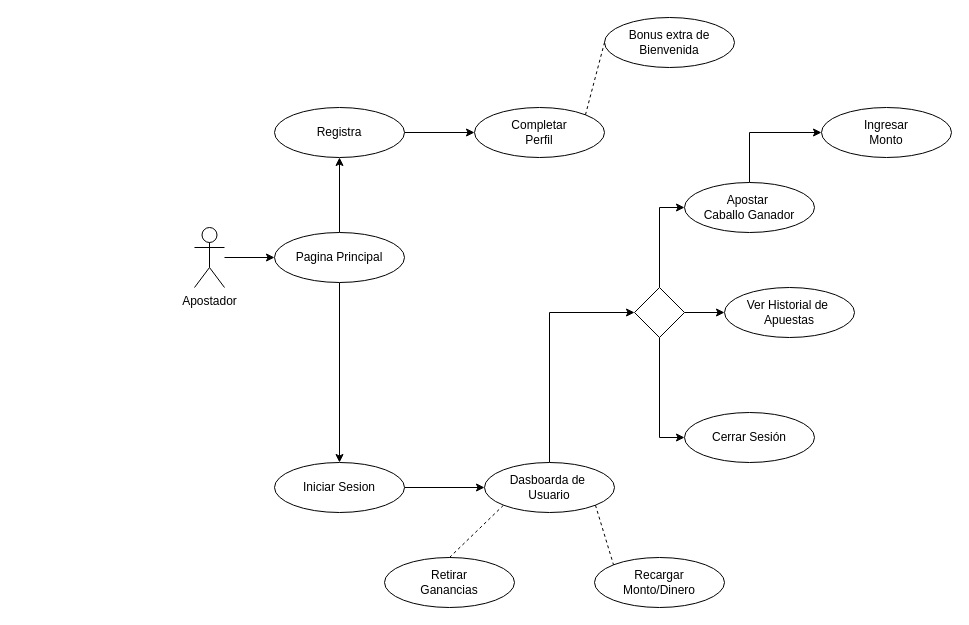
Earlier version of the draw.io diagram ASIGNATURAS/ENTORNOS_DESARROLLO/DIAGRAMA_COMPORTAMIENTO/Digrama_comportamiento_V1.drawio (yosoytony64/NCA-Desafio-CSI1-Equipo2). Source tidied: cells renumbered, new cells numbered last; positions are measured from the earlier drawing's top-left corner, leaving out a move shared by most shapes. Both pictures are drawn from the tidied source at 100%, with x=0, y=0 at pixel (194, 17).
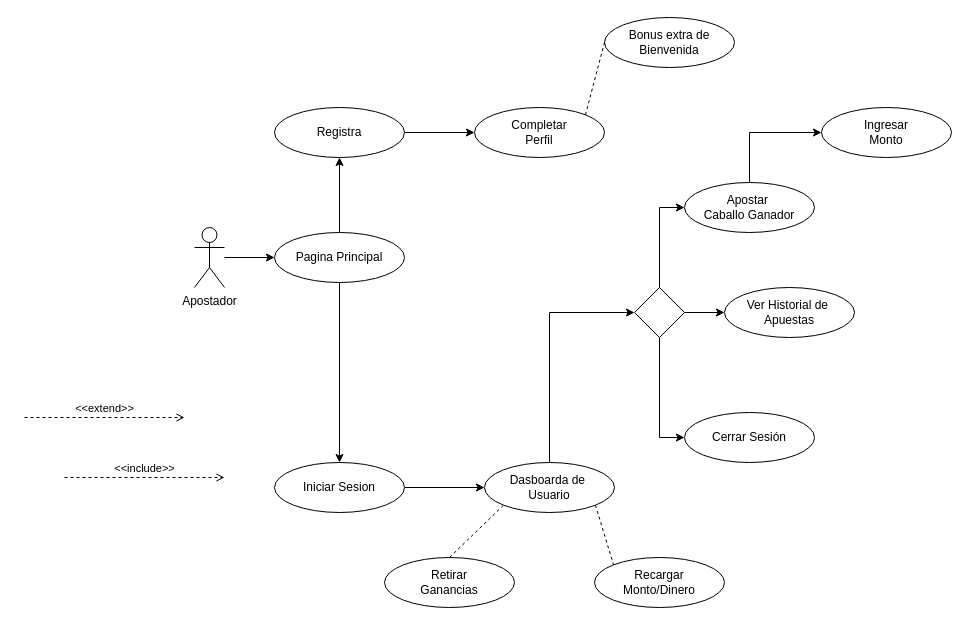
The same diagram, later.

What changed in the source:
```diff
@@
+    <mxCell id="29" value="&amp;lt;&amp;lt;include&amp;gt;&amp;gt;" style="html=1;verticalAlign=bottom;labelBackgroundColor=none;endArrow=open;endFill=0;dashed=1;rounded=0;" parent="1" edge="1">
+      <mxGeometry relative="1" as="geometry">
+        <mxPoint x="-130" y="460" as="sourcePoint" />
+        <mxPoint x="30" y="460" as="targetPoint" />
+      </mxGeometry>
+    </mxCell>
+    <mxCell id="30" value="&amp;lt;&amp;lt;extend&amp;gt;&amp;gt;" style="html=1;verticalAlign=bottom;labelBackgroundColor=none;endArrow=open;endFill=0;dashed=1;rounded=0;" parent="1" edge="1">
+      <mxGeometry relative="1" as="geometry">
+        <mxPoint x="-170" y="400" as="sourcePoint" />
+        <mxPoint x="-10" y="400" as="targetPoint" />
+      </mxGeometry>
+    </mxCell>
```
